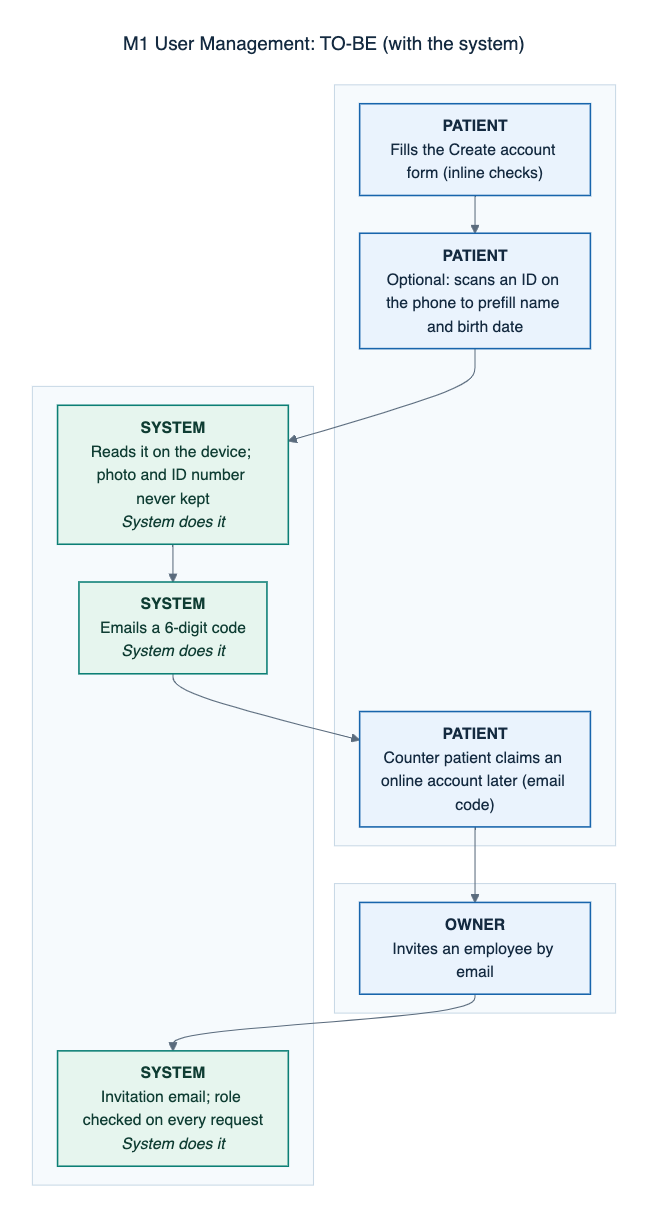
This is docs/defense/diagrams/png/M1-user-management-to-be.png from 0phem/multibranch-dental-clinic, a Mermaid export, as it was before one commit. Its source is kept beside it as docs/defense/diagrams/M1-user-management-to-be.mmd.
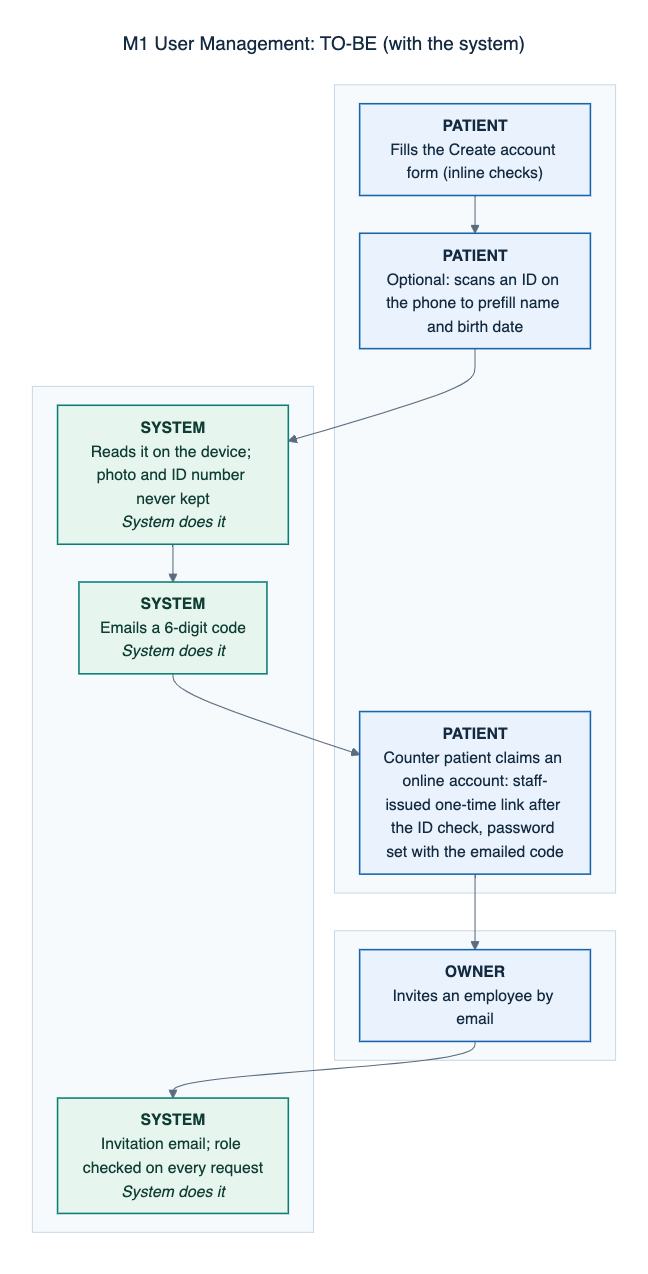
The same diagram one commit later.

Commit message:
docs: how an account claim works (privacy notes, panel Q52, M1 TO-BE, process PDF), pending claim migration

What changed in the source:
```diff
@@ -6,7 +6,7 @@
     direction LR
       S0["<b>PATIENT</b><br/>Fills the Create account form (inline checks)"]:::manual
       S1["<b>PATIENT</b><br/>Optional: scans an ID on the phone to prefill name and birth date"]:::manual
-      S4["<b>PATIENT</b><br/>Counter patient claims an online account later (email code)"]:::manual
+      S4["<b>PATIENT</b><br/>Counter patient claims an online account: staff-issued one-time link after the ID check, password set with the emailed code"]:::manual
     end
     subgraph L3[" "]
     direction LR
```
